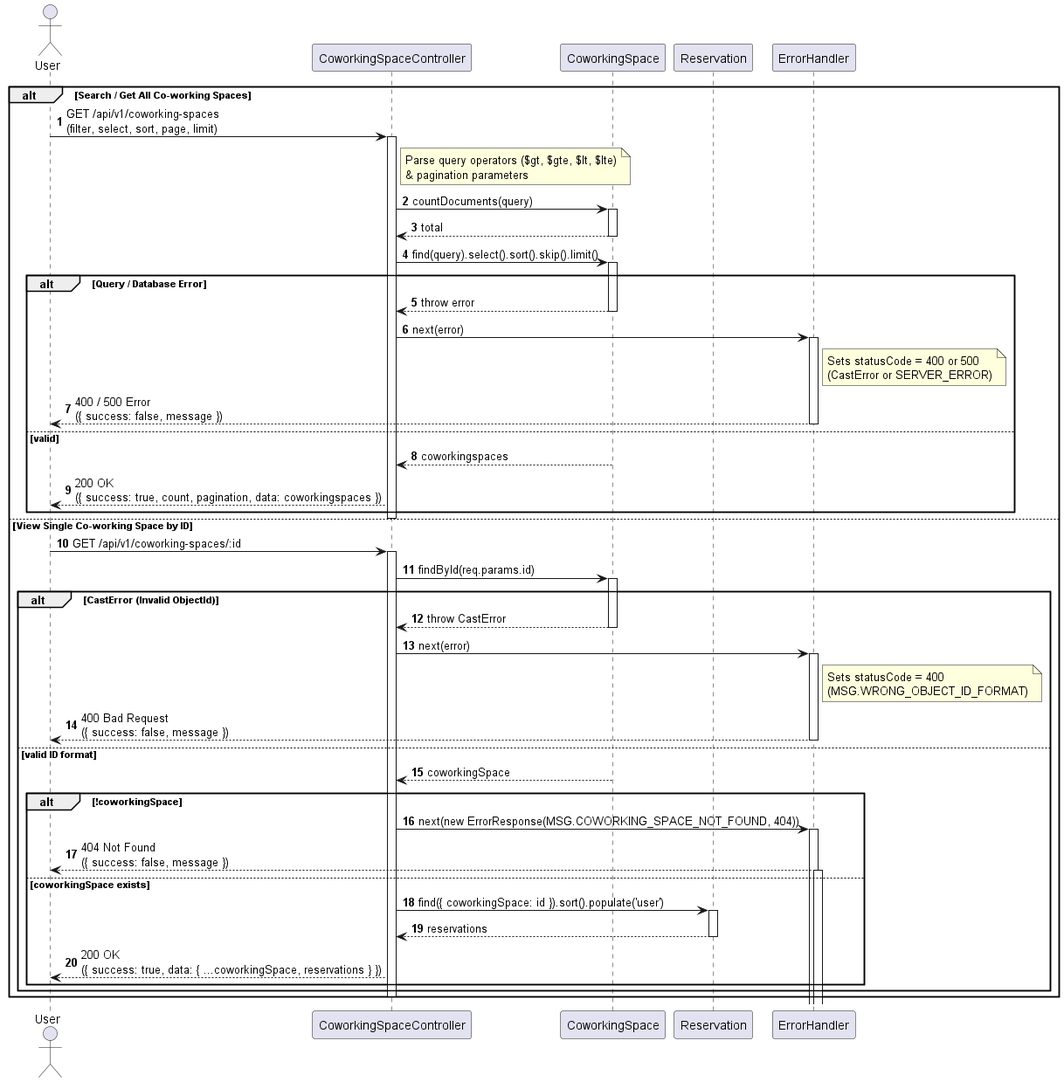
The PlantUML diagram docs/images/seq-view-coworking-spaces.png in AiSiriRak/peony-room, before a commit.
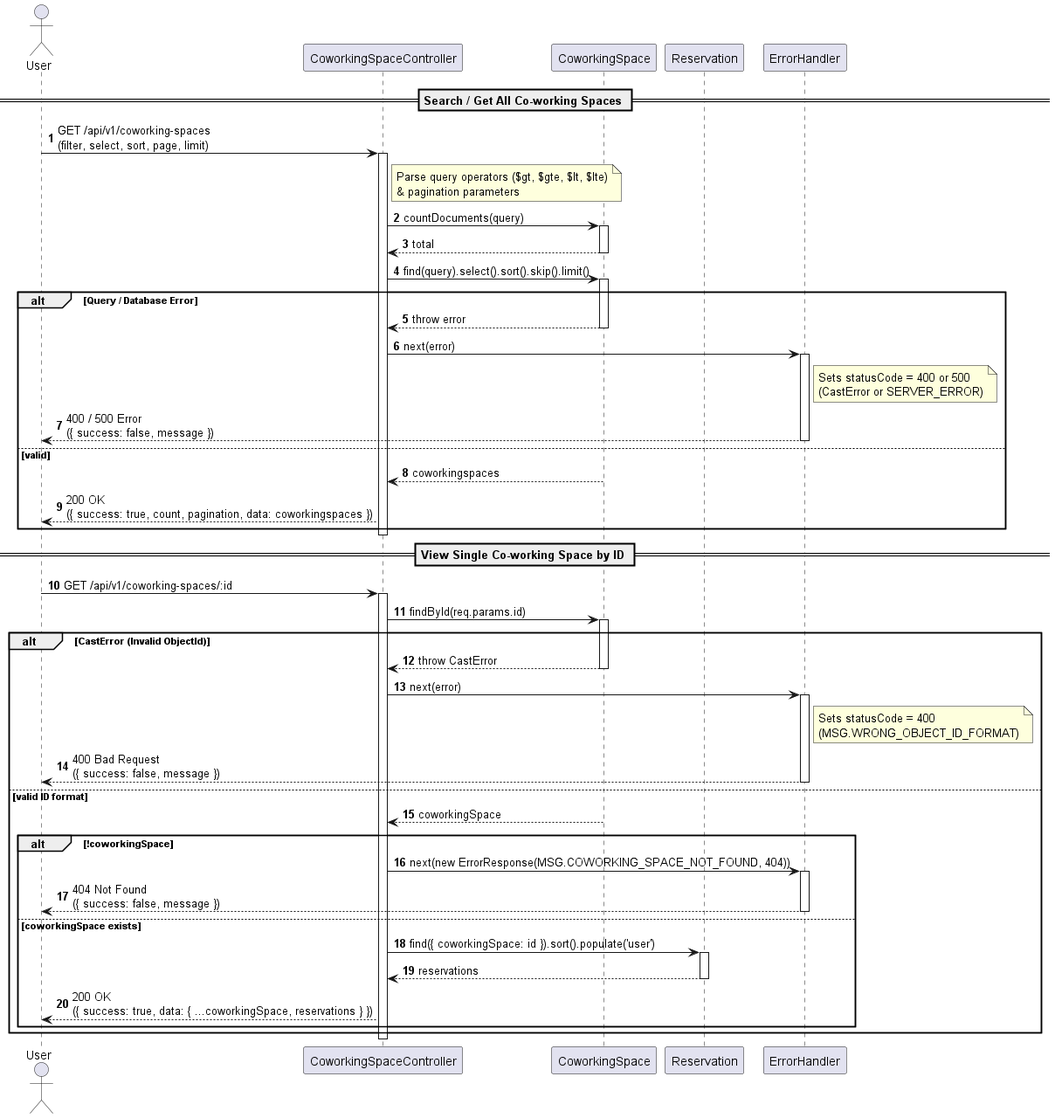
The same file after the commit.

Diff of the diagram source:
```diff
@@ -7,60 +7,64 @@
 participant "Reservation" as reservationSchema
 participant "ErrorHandler" as errHandler
 
-alt Search / Get All Co-working Spaces
-    user -> controller : GET /api/v1/coworking-spaces\n(filter, select, sort, page, limit)
-    activate controller
+== Search / Get All Co-working Spaces ==
 
-    note right of controller : Parse query operators ($gt, $gte, $lt, $lte)\n& pagination parameters
+user -> controller : GET /api/v1/coworking-spaces\n(filter, select, sort, page, limit)
+activate controller
 
-    controller -> spaceSchema : countDocuments(query)
-    activate spaceSchema
-    spaceSchema --> controller : total
+note right of controller : Parse query operators ($gt, $gte, $lt, $lte)\n& pagination parameters
+
+controller -> spaceSchema : countDocuments(query)
+activate spaceSchema
+spaceSchema --> controller : total
+deactivate spaceSchema
+
+controller -> spaceSchema : find(query).select().sort().skip().limit()
+activate spaceSchema
+
+alt Query / Database Error
+    spaceSchema --> controller : throw error
+    deactivate spaceSchema
+    controller -> errHandler : next(error)
+    activate errHandler
+    note right of errHandler : Sets statusCode = 400 or 500\n(CastError or SERVER_ERROR)
+    errHandler --> user : 400 / 500 Error\n({ success: false, message })
+    deactivate errHandler
+else valid
+    spaceSchema --> controller : coworkingspaces
+    deactivate spaceSchema
+    controller --> user : 200 OK\n({ success: true, count, pagination, data: coworkingspaces })
+end
+
+deactivate controller
+
+== View Single Co-working Space by ID ==
+
+user -> controller : GET /api/v1/coworking-spaces/:id
+activate controller
+
+controller -> spaceSchema : findById(req.params.id)
+activate spaceSchema
+
+alt CastError (Invalid ObjectId)
+    spaceSchema --> controller : throw CastError
+    deactivate spaceSchema
+    controller -> errHandler : next(error)
+    activate errHandler
+    note right of errHandler : Sets statusCode = 400\n(MSG.WRONG_OBJECT_ID_FORMAT)
+    errHandler --> user : 400 Bad Request\n({ success: false, message })
+    deactivate errHandler
+
+else valid ID format
+    spaceSchema --> controller : coworkingSpace
     deactivate spaceSchema
 
-    controller -> spaceSchema : find(query).select().sort().skip().limit()
-    activate spaceSchema
+    alt !coworkingSpace
+        controller -> errHandler : next(new ErrorResponse(MSG.COWORKING_SPACE_NOT_FOUND, 404))
+        activate errHandler
+        errHandler --> user : 404 Not Found\n({ success: false, message })
+        deactivate errHandler
 
-    alt Query / Database Error
-        spaceSchema --> controller : throw error
-        deactivate spaceSchema
-        controller -> errHandler : next(error)
-        activate errHandler
-        note right of errHandler : Sets statusCode = 400 or 500\n(CastError or SERVER_ERROR)
-        errHandler --> user : 400 / 500 Error\n({ success: false, message })
-        deactivate errHandler
-    else valid
-        spaceSchema --> controller : coworkingspaces
-        deactivate spaceSchema
-        controller --> user : 200 OK\n({ success: true, count, pagination, data: coworkingspaces })
-    end
-
-    deactivate controller
-
-else View Single Co-working Space by ID
-    user -> controller : GET /api/v1/coworking-spaces/:id
-    activate controller
-
-    controller -> spaceSchema : findById(req.params.id)
-    activate spaceSchema
-
-    alt CastError (Invalid ObjectId)
-        spaceSchema --> controller : throw CastError
-        deactivate spaceSchema
-        controller -> errHandler : next(error)
-        activate errHandler
-        note right of errHandler : Sets statusCode = 400\n(MSG.WRONG_OBJECT_ID_FORMAT)
-        errHandler --> user : 400 Bad Request\n({ success: false, message })
-        deactivate errHandler
-    else valid ID format
-        spaceSchema --> controller : coworkingSpace
-        deactivate spaceSchema
-
-        alt !coworkingSpace
-            controller -> errHandler : next(new ErrorResponse(MSG.COWORKING_SPACE_NOT_FOUND, 404))
-            activate errHandler
-            errHandler --> user : 404 Not Found\n({ success: false, message })
-            activate errHandler
     else coworkingSpace exists
         controller -> reservationSchema : find({ coworkingSpace: id }).sort().populate('user')
         activate reservationSchema
@@ -68,9 +72,9 @@
         deactivate reservationSchema
 
         controller --> user : 200 OK\n({ success: true, data: { ...coworkingSpace, reservations } })
-        end
     end
+end
 
-    deactivate controller
-end
+deactivate controller
+
 @enduml
```
